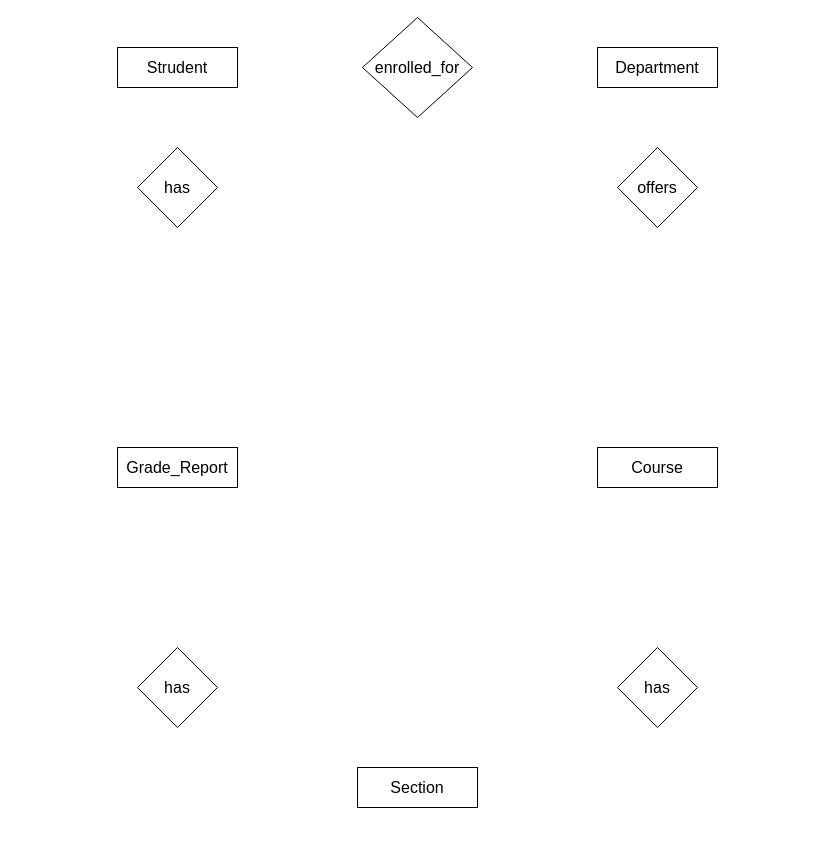
This is Untitled Diagram.drawio from AishwaryaBartakke/rails, a draw.io file, before an edit. Source tidied: cells renumbered, new cells numbered last; positions are measured from the earlier drawing's top-left corner, leaving out a move shared by most shapes. Both pictures are drawn from the tidied source at 100%, with x=0, y=0 at pixel (117, 17).
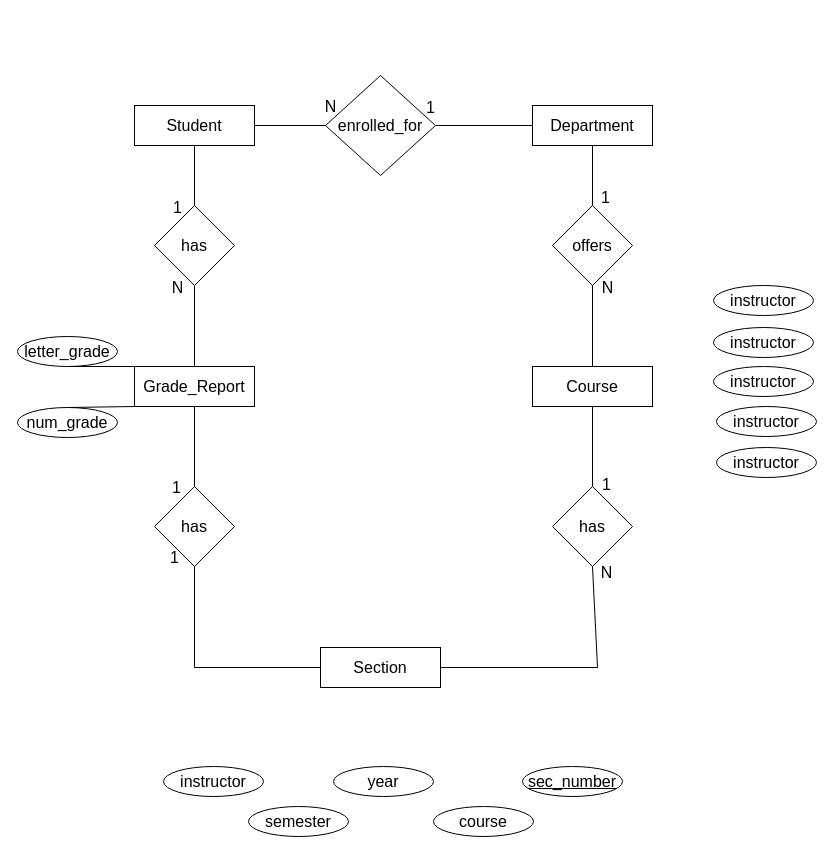
The same diagram, later.

The edit, as a diff of the source:
```diff
@@
-    <mxCell id="2" value="Strudent" style="rounded=0;whiteSpace=wrap;html=1;fontSize=16;" parent="1" vertex="1">
-      <mxGeometry y="30" width="120" height="40" as="geometry" />
+    <mxCell id="2" value="Student" style="rounded=0;whiteSpace=wrap;html=1;fontSize=16;" parent="1" vertex="1">
+      <mxGeometry x="17" y="88" width="120" height="40" as="geometry" />
     </mxCell>
     <mxCell id="3" value="Department" style="rounded=0;whiteSpace=wrap;html=1;fontSize=16;" parent="1" vertex="1">
-      <mxGeometry x="480" y="30" width="120" height="40" as="geometry" />
+      <mxGeometry x="415" y="88" width="120" height="40" as="geometry" />
     </mxCell>
     <mxCell id="4" value="Grade_Report" style="rounded=0;whiteSpace=wrap;html=1;fontSize=16;" parent="1" vertex="1">
-      <mxGeometry y="430" width="120" height="40" as="geometry" />
+      <mxGeometry x="17" y="349" width="120" height="40" as="geometry" />
     </mxCell>
     <mxCell id="5" value="Course" style="rounded=0;whiteSpace=wrap;html=1;fontSize=16;" parent="1" vertex="1">
-      <mxGeometry x="480" y="430" width="120" height="40" as="geometry" />
+      <mxGeometry x="415" y="349" width="120" height="40" as="geometry" />
     </mxCell>
     <mxCell id="6" value="Section" style="rounded=0;whiteSpace=wrap;html=1;fontSize=16;" parent="1" vertex="1">
-      <mxGeometry x="240" y="750" width="120" height="40" as="geometry" />
+      <mxGeometry x="203" y="630" width="120" height="40" as="geometry" />
     </mxCell>
     <mxCell id="7" value="has" style="rhombus;whiteSpace=wrap;html=1;fontSize=16;rounded=0;" parent="1" vertex="1">
-      <mxGeometry x="500" y="630" width="80" height="80" as="geometry" />
+      <mxGeometry x="435" y="469" width="80" height="80" as="geometry" />
     </mxCell>
     <mxCell id="8" value="has" style="rhombus;whiteSpace=wrap;html=1;fontSize=16;rounded=0;" parent="1" vertex="1">
-      <mxGeometry x="20" y="630" width="80" height="80" as="geometry" />
+      <mxGeometry x="37" y="469" width="80" height="80" as="geometry" />
     </mxCell>
     <mxCell id="9" value="has" style="rhombus;whiteSpace=wrap;html=1;fontSize=16;rounded=0;" parent="1" vertex="1">
-      <mxGeometry x="20" y="130" width="80" height="80" as="geometry" />
+      <mxGeometry x="37" y="188" width="80" height="80" as="geometry" />
     </mxCell>
     <mxCell id="10" value="offers" style="rhombus;whiteSpace=wrap;html=1;fontSize=16;rounded=0;" parent="1" vertex="1">
-      <mxGeometry x="500" y="130" width="80" height="80" as="geometry" />
+      <mxGeometry x="435" y="188" width="80" height="80" as="geometry" />
     </mxCell>
     <mxCell id="11" value="enrolled_for" style="rhombus;whiteSpace=wrap;html=1;fontSize=16;rounded=0;" parent="1" vertex="1">
-      <mxGeometry x="245" width="110" height="100" as="geometry" />
+      <mxGeometry x="208" y="58" width="110" height="100" as="geometry" />
     </mxCell>
+    <mxCell id="12" style="endArrow=none;html=1;rounded=0;fontSize=16;exitX=1;exitY=0.5;exitDx=0;exitDy=0;entryX=0;entryY=0.5;entryDx=0;entryDy=0;" parent="1" edge="1" source="2" target="11">
+      <mxGeometry relative="1" as="geometry" />
+    </mxCell>
+    <mxCell id="13" style="endArrow=none;html=1;rounded=0;fontSize=16;exitX=1;exitY=0.5;exitDx=0;exitDy=0;entryX=0;entryY=0.5;entryDx=0;entryDy=0;" parent="1" edge="1" source="11" target="3">
+      <mxGeometry relative="1" as="geometry" />
+    </mxCell>
+    <mxCell id="14" style="endArrow=none;html=1;rounded=0;fontSize=16;entryX=0.5;entryY=1;entryDx=0;entryDy=0;exitX=0.5;exitY=0;exitDx=0;exitDy=0;" parent="1" edge="1" source="9" target="2">
+      <mxGeometry relative="1" as="geometry" />
+    </mxCell>
+    <mxCell id="15" style="endArrow=none;html=1;rounded=0;fontSize=16;entryX=0.5;entryY=1;entryDx=0;entryDy=0;exitX=0.5;exitY=0;exitDx=0;exitDy=0;" parent="1" edge="1" source="4" target="9">
+      <mxGeometry relative="1" as="geometry" />
+    </mxCell>
+    <mxCell id="16" style="endArrow=none;html=1;rounded=0;fontSize=16;entryX=0.5;entryY=1;entryDx=0;entryDy=0;exitX=0.5;exitY=0;exitDx=0;exitDy=0;" parent="1" edge="1" source="5" target="10">
+      <mxGeometry relative="1" as="geometry" />
+    </mxCell>
+    <mxCell id="17" style="endArrow=none;html=1;rounded=0;fontSize=16;entryX=0.5;entryY=1;entryDx=0;entryDy=0;exitX=0.5;exitY=0;exitDx=0;exitDy=0;" parent="1" edge="1" source="10" target="3">
+      <mxGeometry relative="1" as="geometry" />
+    </mxCell>
+    <mxCell id="18" style="endArrow=none;html=1;rounded=0;fontSize=16;entryX=0.5;entryY=1;entryDx=0;entryDy=0;exitX=0.5;exitY=0;exitDx=0;exitDy=0;" parent="1" edge="1" source="8" target="4">
+      <mxGeometry relative="1" as="geometry" />
+    </mxCell>
+    <mxCell id="19" style="endArrow=none;html=1;rounded=0;fontSize=16;entryX=0.5;entryY=1;entryDx=0;entryDy=0;exitX=0.5;exitY=0;exitDx=0;exitDy=0;" parent="1" edge="1" source="7" target="5">
+      <mxGeometry relative="1" as="geometry" />
+    </mxCell>
+    <mxCell id="20" style="endArrow=none;html=1;rounded=0;fontSize=16;exitX=0.5;exitY=1;exitDx=0;exitDy=0;entryX=0;entryY=0.5;entryDx=0;entryDy=0;" parent="1" edge="1" source="8" target="6">
+      <mxGeometry relative="1" as="geometry">
+        <Array as="points">
+          <mxPoint x="77" y="650" />
+        </Array>
+      </mxGeometry>
+    </mxCell>
+    <mxCell id="21" style="endArrow=none;html=1;rounded=0;fontSize=16;entryX=0.5;entryY=1;entryDx=0;entryDy=0;exitX=1;exitY=0.5;exitDx=0;exitDy=0;" parent="1" edge="1" source="6" target="7">
+      <mxGeometry relative="1" as="geometry">
+        <Array as="points">
+          <mxPoint x="480" y="650" />
+        </Array>
+      </mxGeometry>
+    </mxCell>
+    <mxCell id="22" value="1" style="text;html=1;align=center;verticalAlign=middle;strokeColor=none;fillColor=none;fontSize=16;" parent="1" vertex="1">
+      <mxGeometry x="303" y="80" width="20" height="20" as="geometry" />
+    </mxCell>
+    <mxCell id="23" value="N" style="text;html=1;align=center;verticalAlign=middle;strokeColor=none;fillColor=none;fontSize=16;" parent="1" vertex="1">
+      <mxGeometry x="198" y="79" width="30" height="20" as="geometry" />
+    </mxCell>
+    <mxCell id="24" value="N" style="text;html=1;align=center;verticalAlign=middle;strokeColor=none;fillColor=none;fontSize=16;" parent="1" vertex="1">
+      <mxGeometry x="45" y="260" width="30" height="20" as="geometry" />
+    </mxCell>
+    <mxCell id="25" value="1" style="text;html=1;align=center;verticalAlign=middle;strokeColor=none;fillColor=none;fontSize=16;" parent="1" vertex="1">
+      <mxGeometry x="50" y="180" width="20" height="20" as="geometry" />
+    </mxCell>
+    <mxCell id="26" value="1" style="text;html=1;align=center;verticalAlign=middle;strokeColor=none;fillColor=none;fontSize=16;" parent="1" vertex="1">
+      <mxGeometry x="47" y="530" width="20" height="20" as="geometry" />
+    </mxCell>
+    <mxCell id="27" value="1" style="text;html=1;align=center;verticalAlign=middle;strokeColor=none;fillColor=none;fontSize=16;" parent="1" vertex="1">
+      <mxGeometry x="49" y="460" width="20" height="20" as="geometry" />
+    </mxCell>
+    <mxCell id="28" value="1" style="text;html=1;align=center;verticalAlign=middle;strokeColor=none;fillColor=none;fontSize=16;" parent="1" vertex="1">
+      <mxGeometry x="479" y="457" width="20" height="20" as="geometry" />
+    </mxCell>
+    <mxCell id="29" value="N" style="text;html=1;align=center;verticalAlign=middle;strokeColor=none;fillColor=none;fontSize=16;" parent="1" vertex="1">
+      <mxGeometry x="474" y="545" width="30" height="20" as="geometry" />
+    </mxCell>
+    <mxCell id="30" value="N" style="text;html=1;align=center;verticalAlign=middle;strokeColor=none;fillColor=none;fontSize=16;" parent="1" vertex="1">
+      <mxGeometry x="475" y="260" width="30" height="20" as="geometry" />
+    </mxCell>
+    <mxCell id="31" value="1" style="text;html=1;align=center;verticalAlign=middle;strokeColor=none;fillColor=none;fontSize=16;" parent="1" vertex="1">
+      <mxGeometry x="478" y="170" width="20" height="20" as="geometry" />
+    </mxCell>
+    <mxCell id="32" value="letter_grade" style="ellipse;whiteSpace=wrap;html=1;fontSize=16;" parent="1" vertex="1">
+      <mxGeometry x="-100" y="319" width="100" height="30" as="geometry" />
+    </mxCell>
+    <mxCell id="33" value="num_grade" style="ellipse;whiteSpace=wrap;html=1;fontSize=16;" parent="1" vertex="1">
+      <mxGeometry x="-100" y="390" width="100" height="30" as="geometry" />
+    </mxCell>
+    <mxCell id="34" style="endArrow=none;html=1;rounded=0;fontSize=16;exitX=0;exitY=0;exitDx=0;exitDy=0;entryX=0.5;entryY=1;entryDx=0;entryDy=0;" parent="1" edge="1" source="4" target="32">
+      <mxGeometry relative="1" as="geometry" />
+    </mxCell>
+    <mxCell id="35" style="endArrow=none;html=1;rounded=0;fontSize=16;exitX=0;exitY=1;exitDx=0;exitDy=0;entryX=0.5;entryY=0;entryDx=0;entryDy=0;" parent="1" edge="1" source="4" target="33">
+      <mxGeometry relative="1" as="geometry" />
+    </mxCell>
+    <mxCell id="36" value="instructor" style="ellipse;whiteSpace=wrap;html=1;fontSize=16;" parent="1" vertex="1">
+      <mxGeometry x="46" y="749" width="100" height="30" as="geometry" />
+    </mxCell>
+    <mxCell id="37" value="semester" style="ellipse;whiteSpace=wrap;html=1;fontSize=16;" parent="1" vertex="1">
+      <mxGeometry x="131" y="789" width="100" height="30" as="geometry" />
+    </mxCell>
+    <mxCell id="38" value="course" style="ellipse;whiteSpace=wrap;html=1;fontSize=16;" parent="1" vertex="1">
+      <mxGeometry x="316" y="789" width="100" height="30" as="geometry" />
+    </mxCell>
+    <mxCell id="39" value="year" style="ellipse;whiteSpace=wrap;html=1;fontSize=16;" parent="1" vertex="1">
+      <mxGeometry x="216" y="749" width="100" height="30" as="geometry" />
+    </mxCell>
+    <mxCell id="40" value="&lt;u&gt;sec_number&lt;/u&gt;" style="ellipse;whiteSpace=wrap;html=1;fontSize=16;" parent="1" vertex="1">
+      <mxGeometry x="405" y="749" width="100" height="30" as="geometry" />
+    </mxCell>
+    <mxCell id="41" value="instructor" style="ellipse;whiteSpace=wrap;html=1;fontSize=16;" parent="1" vertex="1">
+      <mxGeometry x="599" y="389" width="100" height="30" as="geometry" />
+    </mxCell>
+    <mxCell id="42" value="instructor" style="ellipse;whiteSpace=wrap;html=1;fontSize=16;" parent="1" vertex="1">
+      <mxGeometry x="599" y="430" width="100" height="30" as="geometry" />
+    </mxCell>
+    <mxCell id="43" value="instructor" style="ellipse;whiteSpace=wrap;html=1;fontSize=16;" parent="1" vertex="1">
+      <mxGeometry x="596" y="349" width="100" height="30" as="geometry" />
+    </mxCell>
+    <mxCell id="44" value="instructor" style="ellipse;whiteSpace=wrap;html=1;fontSize=16;" parent="1" vertex="1">
+      <mxGeometry x="596" y="310" width="100" height="30" as="geometry" />
+    </mxCell>
+    <mxCell id="45" value="instructor" style="ellipse;whiteSpace=wrap;html=1;fontSize=16;" parent="1" vertex="1">
+      <mxGeometry x="596" y="268" width="100" height="30" as="geometry" />
+    </mxCell>
```
